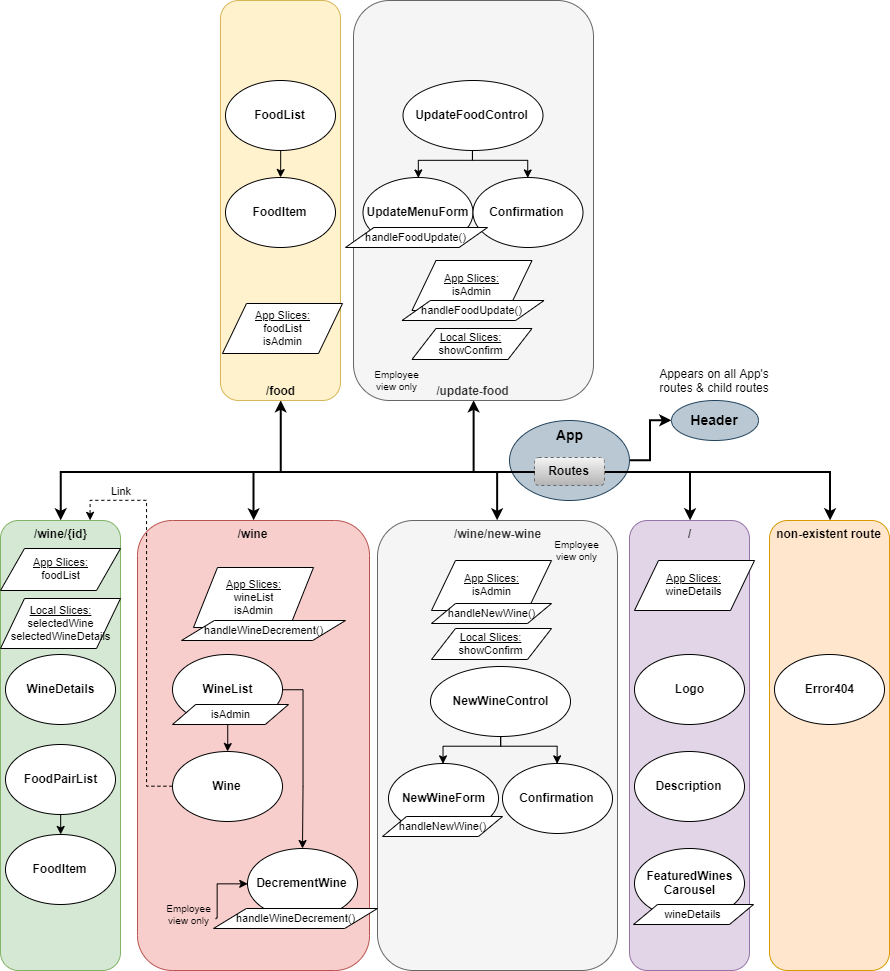
Above: src/assets/references/Why-Not-Wine_Route-Structure.png in christinelfrank16/why-not-wine (draw.io), before the change. Source tidied: cells renumbered, new cells last; positions are measured from the earlier drawing's top-left corner, leaving out a move shared by most shapes.
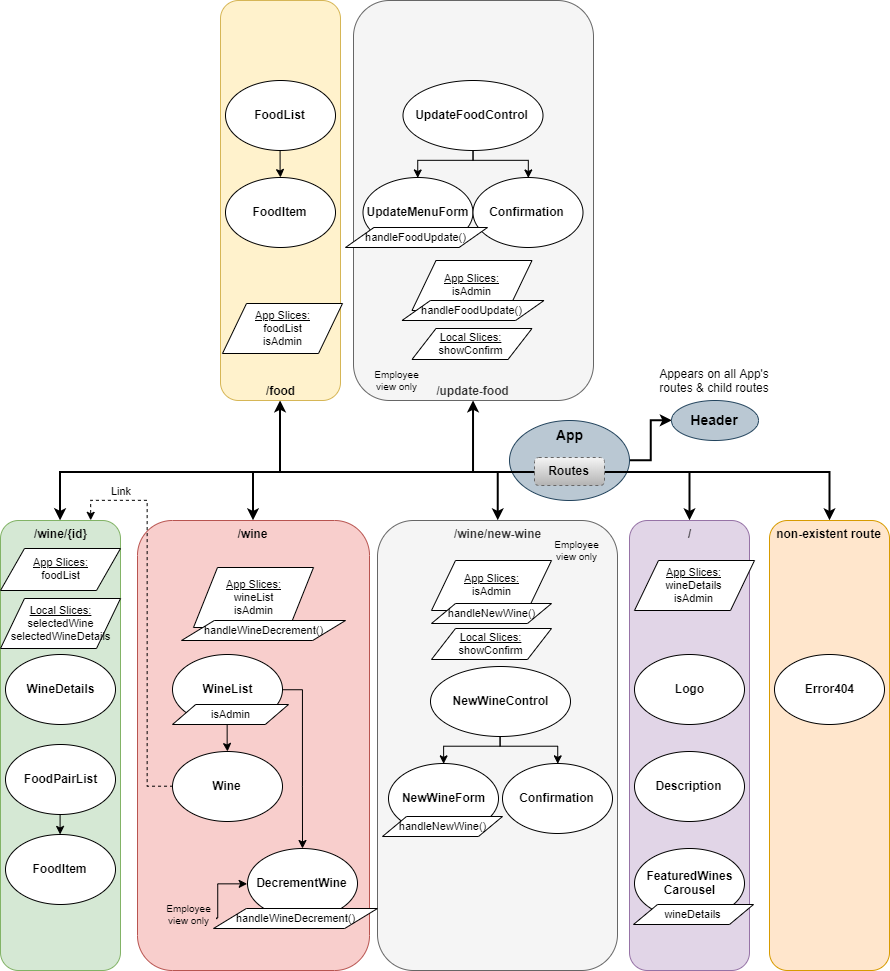
The same file after the commit.

Commit message:
Update home route to indicate use of isAdmin state prop

Diff of the diagram source:
```diff
@@ -196,7 +196,7 @@
     <mxCell id="56" value="handleNewWine()" style="shape=parallelogram;perimeter=parallelogramPerimeter;whiteSpace=wrap;html=1;fontSize=11;" parent="1" vertex="1">
       <mxGeometry x="431" y="603" width="120" height="20" as="geometry" />
     </mxCell>
-    <mxCell id="57" value="&lt;u&gt;App Slices:&lt;br&gt;&lt;/u&gt;wineDetails" style="shape=parallelogram;perimeter=parallelogramPerimeter;whiteSpace=wrap;html=1;fontSize=11;" parent="1" vertex="1">
+    <mxCell id="57" value="&lt;u&gt;App Slices:&lt;br&gt;&lt;/u&gt;wineDetails&lt;br&gt;isAdmin" style="shape=parallelogram;perimeter=parallelogramPerimeter;whiteSpace=wrap;html=1;fontSize=11;" parent="1" vertex="1">
       <mxGeometry x="634" y="560" width="120" height="50" as="geometry" />
     </mxCell>
     <mxCell id="58" value="handleNewWine()" style="shape=parallelogram;perimeter=parallelogramPerimeter;whiteSpace=wrap;html=1;fontSize=11;" parent="1" vertex="1">
```
